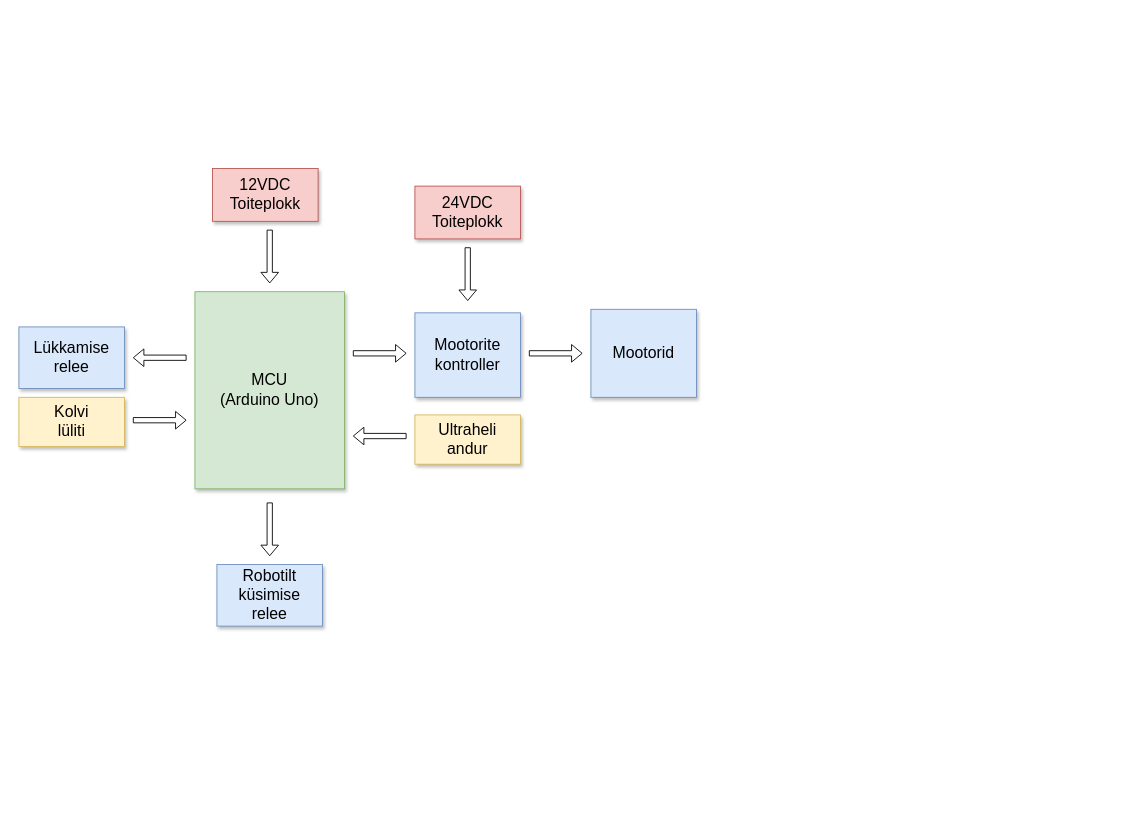
This is Skeemid/Plokk_skeem.drawio from taunoe/etteande-automatiseerimine-2025, a draw.io file, before an edit. Source tidied: cells renumbered, new cells numbered last; positions are measured from the earlier drawing's top-left corner, leaving out a move shared by most shapes. Both pictures are drawn from the tidied source at 88%, with x=0, y=0 at pixel (18, 168).
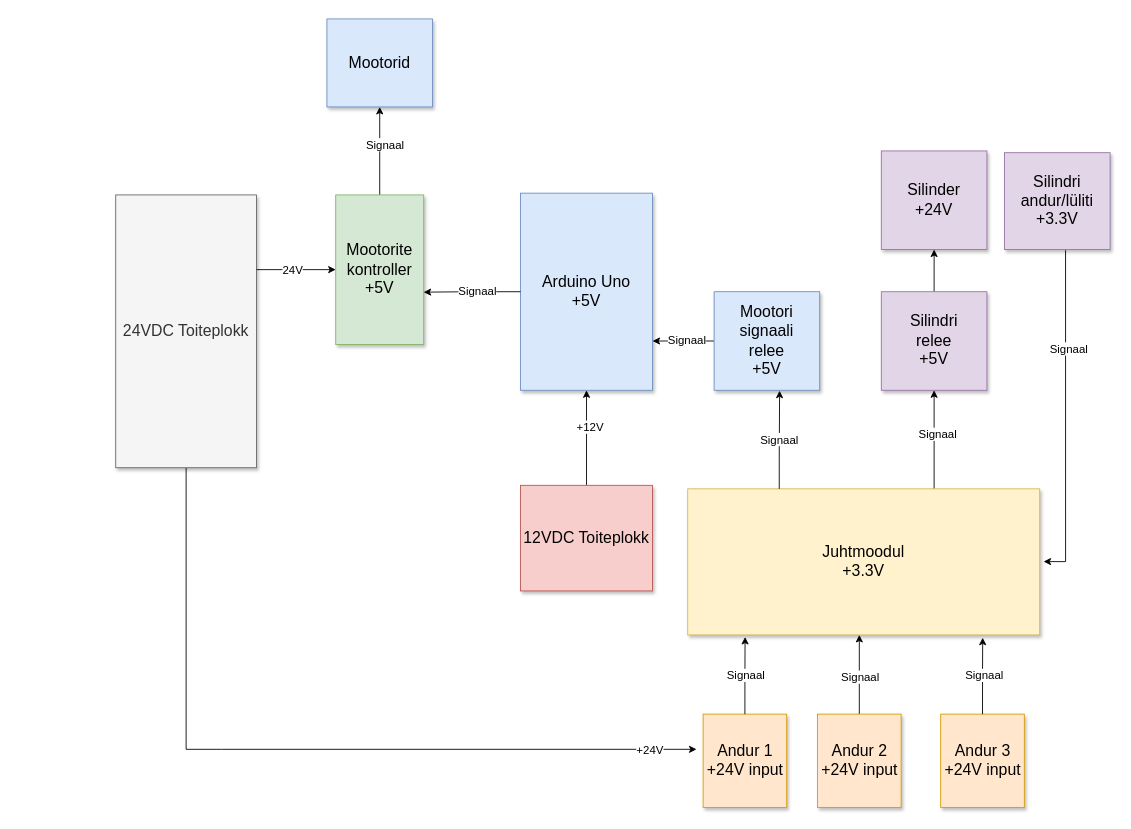
The same page after the edit.

Diff of the diagram source:
```diff
@@
-    <mxCell id="2" value="MCU&lt;div&gt;(Arduino Uno)&lt;/div&gt;" style="whiteSpace=wrap;html=1;shadow=1;fontSize=18;fillColor=#d5e8d4;strokeColor=#82b366;" parent="1" vertex="1">
-      <mxGeometry x="200" y="140" width="170" height="224" as="geometry" />
+    <mxCell id="2" value="&lt;span style=&quot;background-color: transparent; color: light-dark(rgb(0, 0, 0), rgb(255, 255, 255));&quot;&gt;Arduino Uno&lt;/span&gt;&lt;div&gt;+5V&lt;/div&gt;" style="whiteSpace=wrap;html=1;shadow=1;fontSize=18;fillColor=#dae8fc;strokeColor=#6c8ebf;" parent="1" vertex="1">
+      <mxGeometry x="570" y="28" width="150" height="224" as="geometry" />
     </mxCell>
+    <mxCell id="20" style="edgeStyle=orthogonalEdgeStyle;rounded=0;jettySize=auto;html=1;entryX=0.5;entryY=1;entryDx=0;entryDy=0;" parent="1" edge="1" source="3" target="2">
+      <mxGeometry relative="1" as="geometry" />
+    </mxCell>
+    <mxCell id="21" value="&lt;font style=&quot;font-size: 13px;&quot;&gt;+12V&lt;/font&gt;" style="edgeLabel;html=1;align=center;verticalAlign=middle;" parent="20" vertex="1">
+      <mxGeometry x="0.24" y="-3" relative="1" as="geometry" />
+    </mxCell>
     <mxCell id="3" value="12VDC Toiteplokk" style="whiteSpace=wrap;html=1;shadow=1;fontSize=18;fillColor=#f8cecc;strokeColor=#b85450;" parent="1" vertex="1">
-      <mxGeometry x="220" width="120" height="60" as="geometry" />
+      <mxGeometry x="570" y="360" width="150" height="120" as="geometry" />
     </mxCell>
+    <mxCell id="22" style="edgeStyle=orthogonalEdgeStyle;rounded=0;jettySize=auto;html=1;entryX=0.5;entryY=1;entryDx=0;entryDy=0;" parent="1" edge="1" source="4" target="6">
+      <mxGeometry relative="1" as="geometry" />
+    </mxCell>
+    <mxCell id="23" value="&lt;font style=&quot;font-size: 13px;&quot;&gt;Signaal&lt;/font&gt;" style="edgeLabel;html=1;align=center;verticalAlign=middle;" parent="22" vertex="1">
+      <mxGeometry x="0.16" y="-5" relative="1" as="geometry" />
+    </mxCell>
-    <mxCell id="4" value="Mootorite kontroller" style="whiteSpace=wrap;html=1;shadow=1;fontSize=18;fillColor=#dae8fc;strokeColor=#6c8ebf;" parent="1" vertex="1">
-      <mxGeometry x="450" y="164" width="120" height="96" as="geometry" />
+    <mxCell id="4" value="Mootorite kontroller&lt;div&gt;+5V&lt;/div&gt;" style="whiteSpace=wrap;html=1;shadow=1;fontSize=18;fillColor=#d5e8d4;strokeColor=#82b366;" parent="1" vertex="1">
+      <mxGeometry x="360" y="30" width="100" height="170" as="geometry" />
     </mxCell>
+    <mxCell id="24" style="edgeStyle=orthogonalEdgeStyle;rounded=0;jettySize=auto;html=1;" parent="1" edge="1" source="5">
+      <mxGeometry relative="1" as="geometry">
+        <mxPoint x="770" y="660" as="targetPoint" />
+        <Array as="points">
+          <mxPoint x="190" y="660" />
+          <mxPoint x="230" y="660" />
+        </Array>
+      </mxGeometry>
+    </mxCell>
+    <mxCell id="25" value="&lt;font style=&quot;font-size: 13px;&quot;&gt;+24V&lt;/font&gt;" style="edgeLabel;html=1;align=center;verticalAlign=middle;" parent="24" vertex="1">
+      <mxGeometry x="0.88" relative="1" as="geometry" />
+    </mxCell>
-    <mxCell id="5" value="24VDC Toiteplokk" style="whiteSpace=wrap;html=1;shadow=1;fontSize=18;fillColor=#f8cecc;strokeColor=#b85450;" parent="1" vertex="1">
-      <mxGeometry x="450" y="20" width="120" height="60" as="geometry" />
+    <mxCell id="5" value="24VDC Toiteplokk" style="whiteSpace=wrap;html=1;shadow=1;fontSize=18;fillColor=#f5f5f5;strokeColor=#666666;fontColor=#333333;" parent="1" vertex="1">
+      <mxGeometry x="110" y="30" width="160" height="310" as="geometry" />
     </mxCell>
     <mxCell id="6" value="Mootorid" style="whiteSpace=wrap;html=1;shadow=1;fontSize=18;fillColor=#dae8fc;strokeColor=#6c8ebf;" parent="1" vertex="1">
-      <mxGeometry x="650" y="160" width="120" height="100" as="geometry" />
+      <mxGeometry x="350" y="-170" width="120" height="100" as="geometry" />
     </mxCell>
+    <mxCell id="26" style="edgeStyle=orthogonalEdgeStyle;rounded=0;jettySize=auto;html=1;entryX=0.5;entryY=1;entryDx=0;entryDy=0;" parent="1" edge="1" source="7" target="35">
+      <mxGeometry relative="1" as="geometry">
+        <Array as="points">
+          <mxPoint x="1040" y="330" />
+          <mxPoint x="1040" y="330" />
+        </Array>
+      </mxGeometry>
+    </mxCell>
+    <mxCell id="27" value="&lt;font style=&quot;font-size: 13px;&quot;&gt;Signaal&lt;/font&gt;" style="edgeLabel;html=1;align=center;verticalAlign=middle;" parent="26" vertex="1">
+      <mxGeometry x="0.11" y="-3" relative="1" as="geometry">
+        <mxPoint y="-1" as="offset" />
+      </mxGeometry>
+    </mxCell>
-    <mxCell id="7" value="Kolvi&lt;div&gt;lüliti&lt;/div&gt;" style="whiteSpace=wrap;html=1;shadow=1;fontSize=18;fillColor=#fff2cc;strokeColor=#d6b656;" parent="1" vertex="1">
-      <mxGeometry y="260" width="120" height="56" as="geometry" />
+    <mxCell id="7" value="Juhtmoodul&lt;div&gt;+3.3V&lt;/div&gt;" style="whiteSpace=wrap;html=1;shadow=1;fontSize=18;fillColor=#fff2cc;strokeColor=#d6b656;" parent="1" vertex="1">
+      <mxGeometry x="760" y="364" width="400" height="166" as="geometry" />
     </mxCell>
@@
-    <mxCell id="9" value="Ultraheli&lt;div&gt;andur&lt;/div&gt;" style="whiteSpace=wrap;html=1;shadow=1;fontSize=18;fillColor=#fff2cc;strokeColor=#d6b656;" parent="1" vertex="1">
-      <mxGeometry x="450" y="280" width="120" height="56" as="geometry" />
-    </mxCell>
+    <mxCell id="28" style="edgeStyle=orthogonalEdgeStyle;rounded=0;jettySize=auto;html=1;entryX=1;entryY=0.75;entryDx=0;entryDy=0;" parent="1" edge="1" source="10" target="2">
+      <mxGeometry relative="1" as="geometry" />
+    </mxCell>
+    <mxCell id="29" value="&lt;font style=&quot;font-size: 13px;&quot;&gt;Signaal&lt;/font&gt;" style="edgeLabel;html=1;align=center;verticalAlign=middle;" parent="28" vertex="1">
+      <mxGeometry x="-0.09" y="-2" relative="1" as="geometry" />
+    </mxCell>
-    <mxCell id="10" value="Lükkamise&lt;div&gt;relee&lt;/div&gt;" style="whiteSpace=wrap;html=1;shadow=1;fontSize=18;fillColor=#dae8fc;strokeColor=#6c8ebf;" parent="1" vertex="1">
-      <mxGeometry y="180" width="120" height="70" as="geometry" />
+    <mxCell id="10" value="Mootori signaali&lt;br&gt;&lt;div&gt;relee&lt;/div&gt;&lt;div&gt;+5V&lt;/div&gt;" style="whiteSpace=wrap;html=1;shadow=1;fontSize=18;fillColor=#dae8fc;strokeColor=#6c8ebf;" parent="1" vertex="1">
+      <mxGeometry x="790" y="140" width="120" height="112" as="geometry" />
     </mxCell>
-    <mxCell id="11" style="shape=singleArrow;whiteSpace=wrap;html=1;" parent="1" vertex="1">
-      <mxGeometry x="130" y="276" width="60" height="20" as="geometry" />
-    </mxCell>
-    <mxCell id="12" style="shape=singleArrow;whiteSpace=wrap;html=1;rotation=-180;" parent="1" vertex="1">
-      <mxGeometry x="130" y="205" width="60" height="20" as="geometry" />
-    </mxCell>
-    <mxCell id="13" style="shape=singleArrow;whiteSpace=wrap;html=1;" parent="1" vertex="1">
-      <mxGeometry x="580" y="200" width="60" height="20" as="geometry" />
-    </mxCell>
-    <mxCell id="14" style="shape=singleArrow;whiteSpace=wrap;html=1;" parent="1" vertex="1">
-      <mxGeometry x="380" y="200" width="60" height="20" as="geometry" />
-    </mxCell>
-    <mxCell id="15" style="shape=singleArrow;whiteSpace=wrap;html=1;rotation=-180;" parent="1" vertex="1">
-      <mxGeometry x="380" y="294" width="60" height="20" as="geometry" />
-    </mxCell>
-    <mxCell id="16" style="shape=singleArrow;whiteSpace=wrap;html=1;rotation=90;" parent="1" vertex="1">
-      <mxGeometry x="255" y="400" width="60" height="20" as="geometry" />
-    </mxCell>
-    <mxCell id="17" style="shape=singleArrow;whiteSpace=wrap;html=1;rotation=90;" parent="1" vertex="1">
-      <mxGeometry x="480" y="110" width="60" height="20" as="geometry" />
-    </mxCell>
+    <mxCell id="30" style="edgeStyle=orthogonalEdgeStyle;rounded=0;jettySize=auto;html=1;entryX=1.011;entryY=0.498;entryDx=0;entryDy=0;entryPerimeter=0;exitX=0.578;exitY=1.008;exitDx=0;exitDy=0;exitPerimeter=0;" parent="1" edge="1" source="18" target="7">
+      <mxGeometry relative="1" as="geometry">
+        <Array as="points">
+          <mxPoint x="1189" y="447" />
+        </Array>
+      </mxGeometry>
+    </mxCell>
+    <mxCell id="31" value="&lt;font style=&quot;font-size: 13px;&quot;&gt;Signaal&lt;/font&gt;" style="edgeLabel;html=1;align=center;verticalAlign=middle;" parent="30" vertex="1">
+      <mxGeometry x="-0.41" y="3" relative="1" as="geometry" />
+    </mxCell>
-    <mxCell id="18" value="Robotilt&lt;div&gt;küsimise&lt;/div&gt;&lt;div&gt;relee&lt;/div&gt;" style="whiteSpace=wrap;html=1;shadow=1;fontSize=18;fillColor=#dae8fc;strokeColor=#6c8ebf;" parent="1" vertex="1">
-      <mxGeometry x="225" y="450" width="120" height="70" as="geometry" />
+    <mxCell id="18" value="Silindri andur/lüliti&lt;div&gt;+3.3V&lt;/div&gt;" style="whiteSpace=wrap;html=1;shadow=1;fontSize=18;fillColor=#e1d5e7;strokeColor=#9673a6;" parent="1" vertex="1">
+      <mxGeometry x="1120" y="-18" width="120" height="110" as="geometry" />
     </mxCell>
-    <mxCell id="19" style="shape=singleArrow;whiteSpace=wrap;html=1;rotation=90;" parent="1" vertex="1">
-      <mxGeometry x="255" y="90" width="60" height="20" as="geometry" />
-    </mxCell>
+    <mxCell id="32" style="edgeStyle=orthogonalEdgeStyle;rounded=0;jettySize=auto;html=1;entryX=0.999;entryY=0.65;entryDx=0;entryDy=0;entryPerimeter=0;" parent="1" edge="1" source="2" target="4">
+      <mxGeometry relative="1" as="geometry" />
+    </mxCell>
+    <mxCell id="33" value="&lt;font style=&quot;font-size: 13px;&quot;&gt;Signaal&lt;/font&gt;" style="edgeLabel;html=1;align=center;verticalAlign=middle;" parent="32" vertex="1">
+      <mxGeometry x="-0.09" y="-2" relative="1" as="geometry" />
+    </mxCell>
+    <mxCell id="34" style="edgeStyle=orthogonalEdgeStyle;rounded=0;jettySize=auto;html=1;entryX=0.5;entryY=1;entryDx=0;entryDy=0;" parent="1" edge="1" source="35" target="49">
+      <mxGeometry relative="1" as="geometry" />
+    </mxCell>
+    <mxCell id="35" value="Silindri&lt;div&gt;relee&lt;/div&gt;&lt;div&gt;+5V&lt;/div&gt;" style="whiteSpace=wrap;html=1;shadow=1;fontSize=18;fillColor=#e1d5e7;strokeColor=#9673a6;" parent="1" vertex="1">
+      <mxGeometry x="980" y="140" width="120" height="112" as="geometry" />
+    </mxCell>
+    <mxCell id="36" style="edgeStyle=orthogonalEdgeStyle;rounded=0;jettySize=auto;html=1;entryX=0.62;entryY=1.004;entryDx=0;entryDy=0;entryPerimeter=0;" parent="1" edge="1" source="7" target="10">
+      <mxGeometry relative="1" as="geometry">
+        <Array as="points">
+          <mxPoint x="864" y="330" />
+          <mxPoint x="864" y="330" />
+        </Array>
+      </mxGeometry>
+    </mxCell>
+    <mxCell id="37" value="&lt;font style=&quot;font-size: 13px;&quot;&gt;Signaal&lt;/font&gt;" style="edgeLabel;html=1;align=center;verticalAlign=middle;" parent="36" vertex="1">
+      <mxGeometry x="-0.02" y="1" relative="1" as="geometry">
+        <mxPoint y="-1" as="offset" />
+      </mxGeometry>
+    </mxCell>
+    <mxCell id="38" style="edgeStyle=orthogonalEdgeStyle;rounded=0;orthogonalLoop=1;jettySize=auto;html=1;" parent="1" edge="1">
+      <mxGeometry relative="1" as="geometry">
+        <mxPoint x="270" y="114.9" as="sourcePoint" />
+        <mxPoint x="360" y="114.9" as="targetPoint" />
+        <Array as="points">
+          <mxPoint x="320" y="114.9" />
+          <mxPoint x="320" y="114.9" />
+        </Array>
+      </mxGeometry>
+    </mxCell>
+    <mxCell id="39" value="&lt;font style=&quot;font-size: 13px;&quot;&gt;24V&lt;/font&gt;" style="edgeLabel;html=1;align=center;verticalAlign=middle;" parent="38" vertex="1">
+      <mxGeometry x="-0.11" relative="1" as="geometry" />
+    </mxCell>
+    <mxCell id="40" value="Andur 1&lt;div&gt;+24V input&lt;/div&gt;" style="whiteSpace=wrap;html=1;shadow=1;fontSize=18;fillColor=#ffe6cc;strokeColor=#d79b00;" parent="1" vertex="1">
+      <mxGeometry x="777.5" y="620" width="95" height="106" as="geometry" />
+    </mxCell>
+    <mxCell id="41" style="edgeStyle=orthogonalEdgeStyle;rounded=0;jettySize=auto;html=1;" parent="1" edge="1" source="43">
+      <mxGeometry relative="1" as="geometry">
+        <mxPoint x="955" y="530" as="targetPoint" />
+      </mxGeometry>
+    </mxCell>
+    <mxCell id="42" value="&lt;font style=&quot;font-size: 13px;&quot;&gt;Signaal&lt;/font&gt;" style="edgeLabel;html=1;align=center;verticalAlign=middle;" parent="41" vertex="1">
+      <mxGeometry x="-0.05" relative="1" as="geometry" />
+    </mxCell>
+    <mxCell id="43" value="Andur 2&lt;div&gt;+24V input&lt;/div&gt;" style="whiteSpace=wrap;html=1;shadow=1;fontSize=18;fillColor=#ffe6cc;strokeColor=#d79b00;" parent="1" vertex="1">
+      <mxGeometry x="907.5" y="620" width="95" height="106" as="geometry" />
+    </mxCell>
+    <mxCell id="44" value="Andur 3&lt;div&gt;+24V input&lt;/div&gt;" style="whiteSpace=wrap;html=1;shadow=1;fontSize=18;fillColor=#ffe6cc;strokeColor=#d79b00;" parent="1" vertex="1">
+      <mxGeometry x="1047.5" y="620" width="95" height="106" as="geometry" />
+    </mxCell>
+    <mxCell id="45" style="edgeStyle=orthogonalEdgeStyle;rounded=0;jettySize=auto;html=1;entryX=0.838;entryY=1.019;entryDx=0;entryDy=0;entryPerimeter=0;" parent="1" edge="1" source="44" target="7">
+      <mxGeometry relative="1" as="geometry" />
+    </mxCell>
+    <mxCell id="46" value="&lt;font style=&quot;font-size: 13px;&quot;&gt;Signaal&lt;/font&gt;" style="edgeLabel;html=1;align=center;verticalAlign=middle;" parent="45" vertex="1">
+      <mxGeometry x="0.04" y="-1" relative="1" as="geometry" />
+    </mxCell>
+    <mxCell id="47" style="edgeStyle=orthogonalEdgeStyle;rounded=0;jettySize=auto;html=1;entryX=0.163;entryY=1.014;entryDx=0;entryDy=0;entryPerimeter=0;" parent="1" edge="1" source="40" target="7">
+      <mxGeometry relative="1" as="geometry" />
+    </mxCell>
+    <mxCell id="48" value="&lt;font style=&quot;font-size: 13px;&quot;&gt;Signaal&lt;/font&gt;" style="edgeLabel;html=1;align=center;verticalAlign=middle;" parent="47" vertex="1">
+      <mxGeometry x="0.03" relative="1" as="geometry" />
+    </mxCell>
+    <mxCell id="49" value="Silinder&lt;div&gt;+24V&lt;/div&gt;" style="whiteSpace=wrap;html=1;shadow=1;fontSize=18;fillColor=#e1d5e7;strokeColor=#9673a6;" parent="1" vertex="1">
+      <mxGeometry x="980" y="-20" width="120" height="112" as="geometry" />
+    </mxCell>
```
